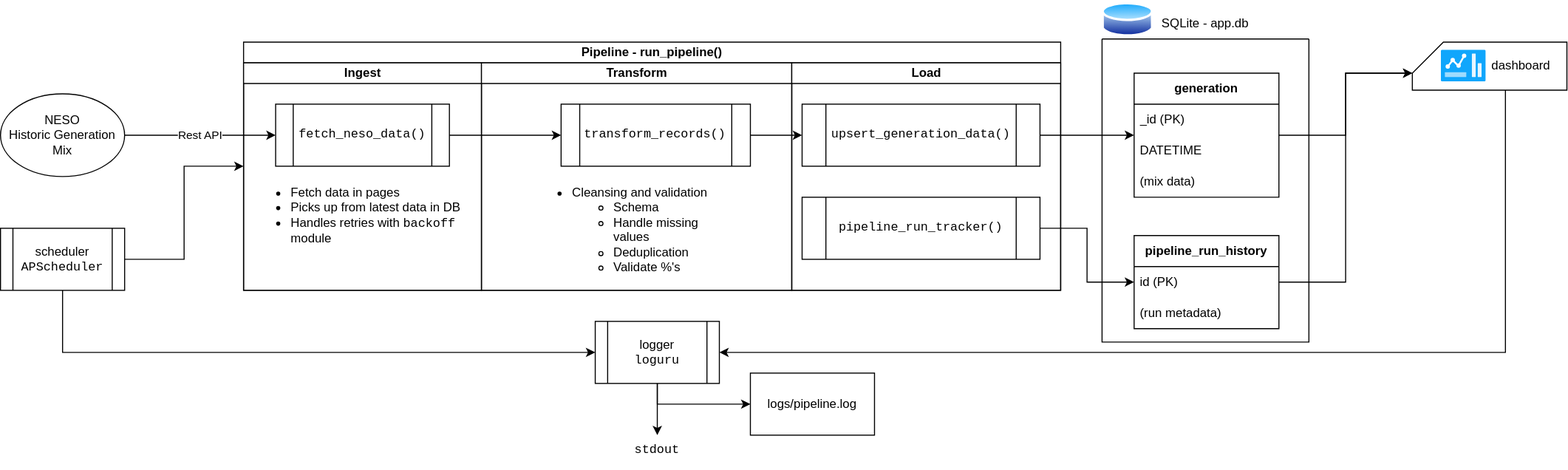
Earlier version of the draw.io export harmony_energy_pipeline.svg (YCMatthewTong/harmony-energy-data-pipeline). Source tidied: cells renumbered, new cells last; positions are measured from the earlier drawing's top-left corner, leaving out a move shared by most shapes.
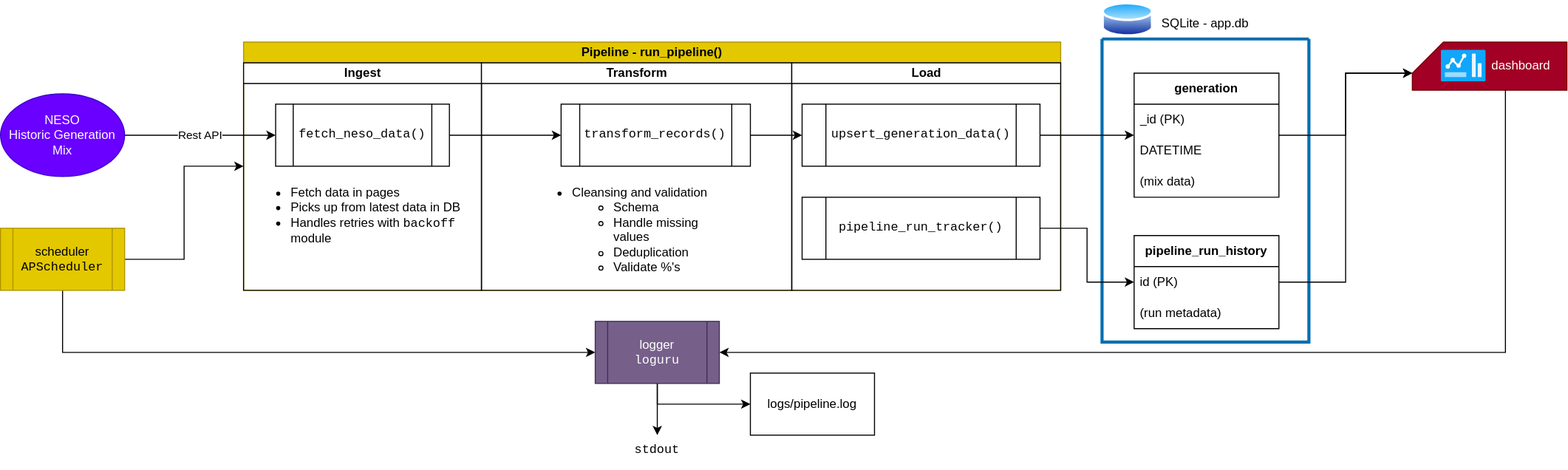
After the commit.

Change to the diagram source:
```diff
@@ -2,7 +2,7 @@
   <root>
     <mxCell id="0" />
     <mxCell id="1" parent="0" />
-    <mxCell id="2" value="&lt;span style=&quot;text-wrap-mode: wrap;&quot;&gt;Pipeline - run_pipeline()&lt;/span&gt;" style="swimlane;startSize=20;html=1;align=center;whiteSpace=wrap;" parent="1" vertex="1">
+    <mxCell id="2" value="&lt;span style=&quot;text-wrap-mode: wrap;&quot;&gt;&lt;font style=&quot;color: light-dark(rgb(0, 0, 0), rgb(0, 0, 0));&quot;&gt;Pipeline - run_pipeline()&lt;/font&gt;&lt;/span&gt;" style="swimlane;startSize=20;html=1;align=center;whiteSpace=wrap;fillColor=light-dark(#E3C800,#CCCC00);strokeColor=#B09500;fontColor=#000000;" parent="1" vertex="1">
       <mxGeometry x="235" y="40" width="790" height="240" as="geometry" />
     </mxCell>
     <mxCell id="3" value="Ingest" style="swimlane;startSize=20;html=1;" parent="2" vertex="1">
@@ -41,13 +41,13 @@
     <mxCell id="14" value="Rest API" style="edgeStyle=orthogonalEdgeStyle;rounded=0;jettySize=auto;html=1;exitX=1;exitY=0.5;exitDx=0;exitDy=0;" parent="1" edge="1" source="15" target="4">
       <mxGeometry relative="1" as="geometry" />
     </mxCell>
-    <mxCell id="15" value="NESO&lt;div&gt;Historic Generation Mix&lt;/div&gt;" style="ellipse;whiteSpace=wrap;html=1;" parent="1" vertex="1">
+    <mxCell id="15" value="NESO&lt;div&gt;Historic Generation Mix&lt;/div&gt;" style="ellipse;whiteSpace=wrap;html=1;fillColor=#6a00ff;strokeColor=#3700CC;fontColor=#ffffff;" parent="1" vertex="1">
       <mxGeometry y="90" width="120" height="80" as="geometry" />
     </mxCell>
     <mxCell id="16" style="group;" parent="1" vertex="1">
       <mxGeometry x="1065" width="200" height="347" as="geometry" />
     </mxCell>
-    <mxCell id="17" style="swimlane;startSize=0;" parent="16" vertex="1">
+    <mxCell id="17" style="swimlane;startSize=0;strokeWidth=3;fillColor=#1ba1e2;fontColor=#ffffff;strokeColor=#006EAF;" parent="16" vertex="1">
       <mxGeometry y="37" width="200" height="293" as="geometry" />
     </mxCell>
     <mxCell id="18" value="&lt;b&gt;generation&lt;/b&gt;" style="swimlane;fontStyle=0;horizontal=1;startSize=30;whiteSpace=wrap;html=1;" parent="17" vertex="1">
@@ -96,13 +96,13 @@
         </Array>
       </mxGeometry>
     </mxCell>
-    <mxCell id="32" value="scheduler&lt;div&gt;&lt;font face=&quot;Courier New&quot;&gt;APScheduler&lt;/font&gt;&lt;/div&gt;" style="shape=process;whiteSpace=wrap;html=1;backgroundOutline=1;" parent="1" vertex="1">
+    <mxCell id="32" value="scheduler&lt;div&gt;&lt;font face=&quot;Courier New&quot;&gt;APScheduler&lt;/font&gt;&lt;/div&gt;" style="shape=process;whiteSpace=wrap;html=1;backgroundOutline=1;fillColor=#e3c800;fontColor=#000000;strokeColor=#B09500;" parent="1" vertex="1">
       <mxGeometry y="220" width="120" height="60" as="geometry" />
     </mxCell>
-    <mxCell id="33" style="group;" parent="1" vertex="1">
+    <mxCell id="33" style="group;fillColor=none;" parent="1" vertex="1">
       <mxGeometry x="1365" y="40" width="149.4" height="46.5" as="geometry" />
     </mxCell>
-    <mxCell id="34" value="dashboard&amp;nbsp; &amp;nbsp;&amp;nbsp;" style="shape=card;whiteSpace=wrap;html=1;align=right;" parent="33" vertex="1">
+    <mxCell id="34" value="dashboard&amp;nbsp; &amp;nbsp;&amp;nbsp;" style="shape=card;whiteSpace=wrap;html=1;align=right;fillColor=light-dark(#A20025,#FF6666);strokeColor=#6F0000;fontColor=#ffffff;" parent="33" vertex="1">
       <mxGeometry width="149.4" height="46.5" as="geometry" />
     </mxCell>
     <mxCell id="35" style="image;html=1;align=center;fontSize=12;image=img/lib/azure2/general/Dashboard2.svg;" parent="33" vertex="1">
@@ -118,7 +118,7 @@
     <mxCell id="37" style="edgeStyle=orthogonalEdgeStyle;rounded=0;jettySize=auto;html=1;" parent="1" edge="1" source="38" target="42">
       <mxGeometry relative="1" as="geometry" />
     </mxCell>
-    <mxCell id="38" value="logger&lt;div&gt;&lt;font face=&quot;Courier New&quot;&gt;loguru&lt;/font&gt;&lt;/div&gt;" style="shape=process;whiteSpace=wrap;html=1;backgroundOutline=1;" parent="1" vertex="1">
+    <mxCell id="38" value="logger&lt;div&gt;&lt;font face=&quot;Courier New&quot;&gt;loguru&lt;/font&gt;&lt;/div&gt;" style="shape=process;whiteSpace=wrap;html=1;backgroundOutline=1;fillColor=#76608a;strokeColor=#432D57;fontColor=#ffffff;" parent="1" vertex="1">
       <mxGeometry x="575" y="310" width="120" height="60" as="geometry" />
     </mxCell>
     <mxCell id="39" style="edgeStyle=orthogonalEdgeStyle;rounded=0;jettySize=auto;html=1;entryX=1;entryY=0.5;entryDx=0;entryDy=0;" parent="1" edge="1" source="34" target="38">
@@ -131,7 +131,7 @@
     <mxCell id="40" style="edgeStyle=orthogonalEdgeStyle;rounded=0;jettySize=auto;html=1;" parent="1" edge="1" source="11" target="22">
       <mxGeometry relative="1" as="geometry" />
     </mxCell>
-    <mxCell id="41" value="logs/pipeline.log" style="rounded=0;whiteSpace=wrap;html=1;" parent="1" vertex="1">
+    <mxCell id="41" value="&lt;font style=&quot;color: light-dark(rgb(0, 0, 0), rgb(0, 0, 0));&quot;&gt;logs/pipeline.log&lt;/font&gt;" style="rounded=0;whiteSpace=wrap;html=1;fillColor=light-dark(#FFFFFF,#FFFFFF);" parent="1" vertex="1">
       <mxGeometry x="725" y="360" width="120" height="60" as="geometry" />
     </mxCell>
     <mxCell id="42" value="&lt;pre&gt;stdout&lt;/pre&gt;" style="text;html=1;whiteSpace=wrap;strokeColor=none;fillColor=none;align=center;verticalAlign=middle;rounded=0;" parent="1" vertex="1">
```
